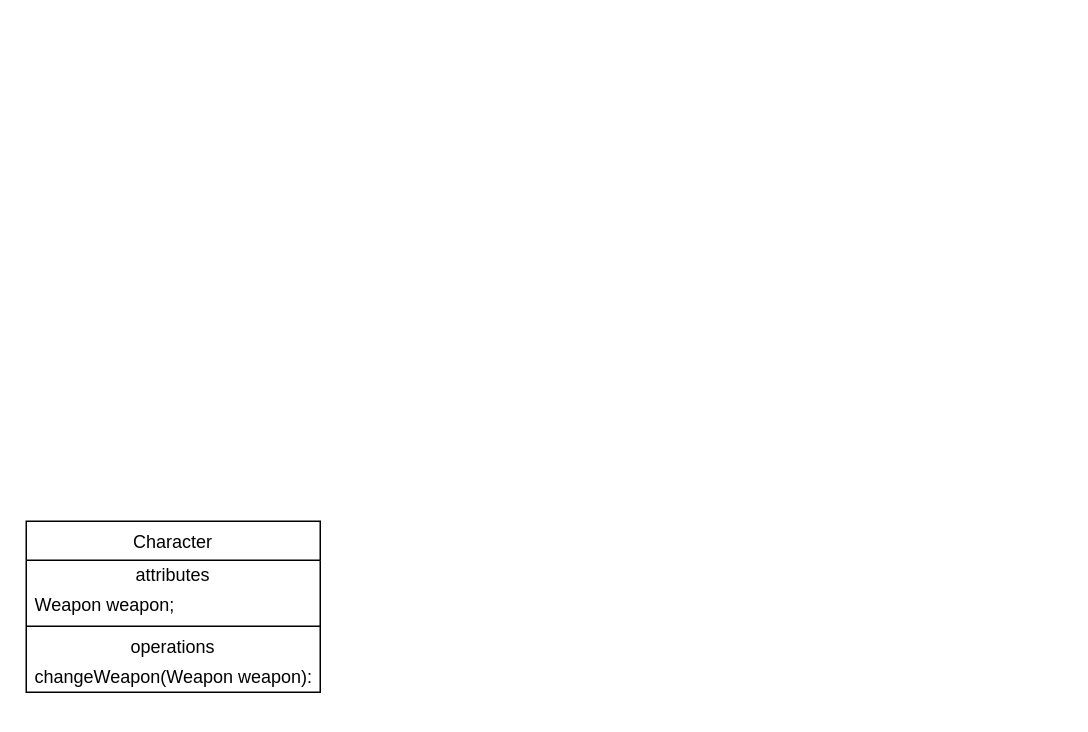
Earlier version of the draw.io diagram StrategyPattern.drawio (geralson22/design-patterns). Source tidied: cells renumbered, new cells numbered last; positions are measured from the earlier drawing's top-left corner, leaving out a move shared by most shapes. Both pictures are drawn from the tidied source at 150%, with x=0, y=0 at pixel (26, 520).
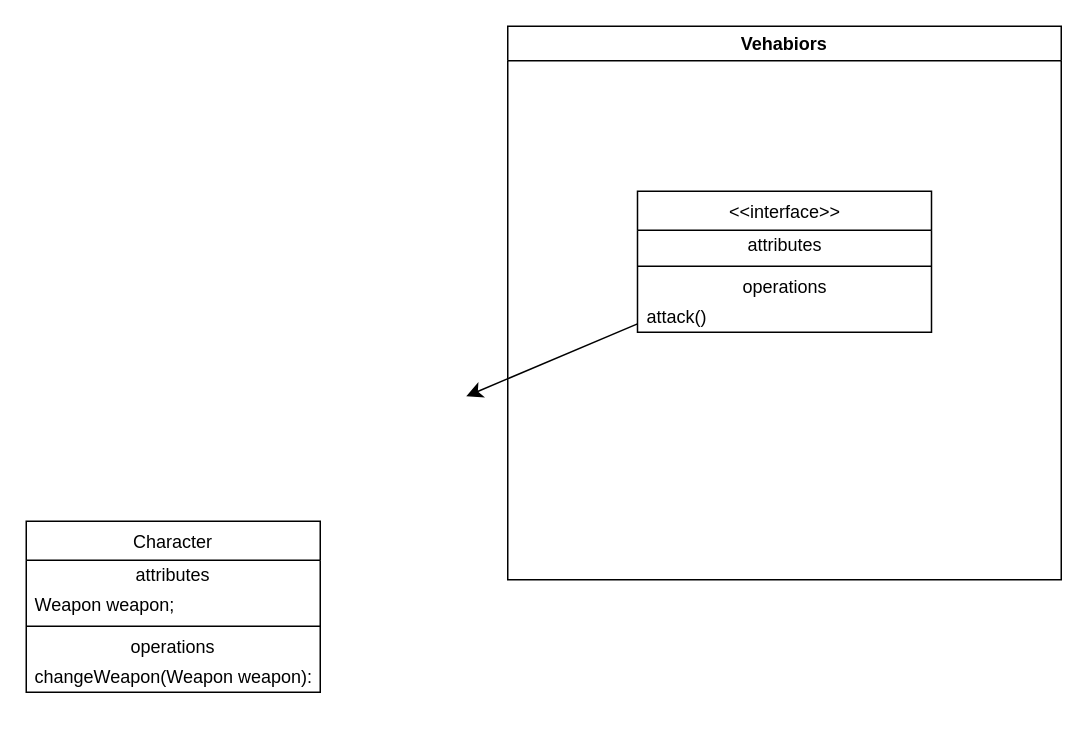
Above is the later version.

The edit, as a diff of the source:
```diff
@@
 <mxGraphModel>
   <root>
     <mxCell id="0" />
     <mxCell id="1" parent="0" />
     <mxCell id="2" value="Character" style="swimlane;fontStyle=0;align=center;verticalAlign=top;horizontal=1;startSize=26;html=1;whiteSpace=wrap;" parent="1" vertex="1">
       <mxGeometry width="196" height="114" as="geometry" />
     </mxCell>
     <mxCell id="3" value="attributes" style="text;html=1;strokeColor=none;fillColor=none;align=center;verticalAlign=middle;spacingLeft=4;spacingRight=4;overflow=hidden;whiteSpace=wrap;" parent="2" vertex="1">
       <mxGeometry y="26" width="196" height="20" as="geometry" />
     </mxCell>
     <mxCell id="4" value="Weapon weapon;" style="text;html=1;strokeColor=none;fillColor=none;align=left;verticalAlign=middle;spacingLeft=4;spacingRight=4;overflow=hidden;whiteSpace=wrap;" parent="2" vertex="1">
       <mxGeometry y="46" width="196" height="20" as="geometry" />
     </mxCell>
     <mxCell id="5" style="line;strokeWidth=1;fillColor=none;align=left;verticalAlign=middle;spacingTop=-1;spacingLeft=3;spacingRight=3;labelPosition=right;" parent="2" vertex="1">
       <mxGeometry y="66" width="196" height="8" as="geometry" />
     </mxCell>
     <mxCell id="6" value="operations" style="text;html=1;strokeColor=none;fillColor=none;align=center;verticalAlign=middle;spacingLeft=4;spacingRight=4;overflow=hidden;whiteSpace=wrap;" parent="2" vertex="1">
       <mxGeometry y="74" width="196" height="20" as="geometry" />
     </mxCell>
     <mxCell id="7" value="changeWeapon(Weapon weapon): void" style="text;html=1;strokeColor=none;fillColor=none;align=left;verticalAlign=middle;spacingLeft=4;spacingRight=4;overflow=hidden;whiteSpace=wrap;" parent="2" vertex="1">
       <mxGeometry y="94" width="196" height="20" as="geometry" />
     </mxCell>
+    <mxCell id="8" style="edgeStyle=none;curved=1;rounded=0;jettySize=auto;html=1;fontSize=12;startSize=8;endSize=8;" parent="1" edge="1" source="10">
+      <mxGeometry relative="1" as="geometry">
+        <mxPoint x="293.3" y="-83.3" as="targetPoint" />
+      </mxGeometry>
+    </mxCell>
+    <mxCell id="9" value="Vehabiors" style="swimlane;whiteSpace=wrap;html=1;" parent="1" vertex="1">
+      <mxGeometry x="321" y="-330" width="369" height="369" as="geometry" />
+    </mxCell>
+    <mxCell id="10" value="&amp;lt;&amp;lt;interface&amp;gt;&amp;gt;" style="swimlane;fontStyle=0;align=center;verticalAlign=top;horizontal=1;startSize=26;html=1;whiteSpace=wrap;" parent="9" vertex="1">
+      <mxGeometry x="86.5" y="110" width="196" height="94" as="geometry" />
+    </mxCell>
+    <mxCell id="11" value="attributes" style="text;html=1;strokeColor=none;fillColor=none;align=center;verticalAlign=middle;spacingLeft=4;spacingRight=4;overflow=hidden;whiteSpace=wrap;" parent="10" vertex="1">
+      <mxGeometry y="26" width="196" height="20" as="geometry" />
+    </mxCell>
+    <mxCell id="12" style="line;strokeWidth=1;fillColor=none;align=left;verticalAlign=middle;spacingTop=-1;spacingLeft=3;spacingRight=3;labelPosition=right;" parent="10" vertex="1">
+      <mxGeometry y="46" width="196" height="8" as="geometry" />
+    </mxCell>
+    <mxCell id="13" value="operations" style="text;html=1;strokeColor=none;fillColor=none;align=center;verticalAlign=middle;spacingLeft=4;spacingRight=4;overflow=hidden;whiteSpace=wrap;" parent="10" vertex="1">
+      <mxGeometry y="54" width="196" height="20" as="geometry" />
+    </mxCell>
+    <mxCell id="14" value="attack()" style="text;html=1;strokeColor=none;fillColor=none;align=left;verticalAlign=middle;spacingLeft=4;spacingRight=4;overflow=hidden;whiteSpace=wrap;" parent="10" vertex="1">
+      <mxGeometry y="74" width="196" height="20" as="geometry" />
+    </mxCell>
   </root>
 </mxGraphModel>
```
